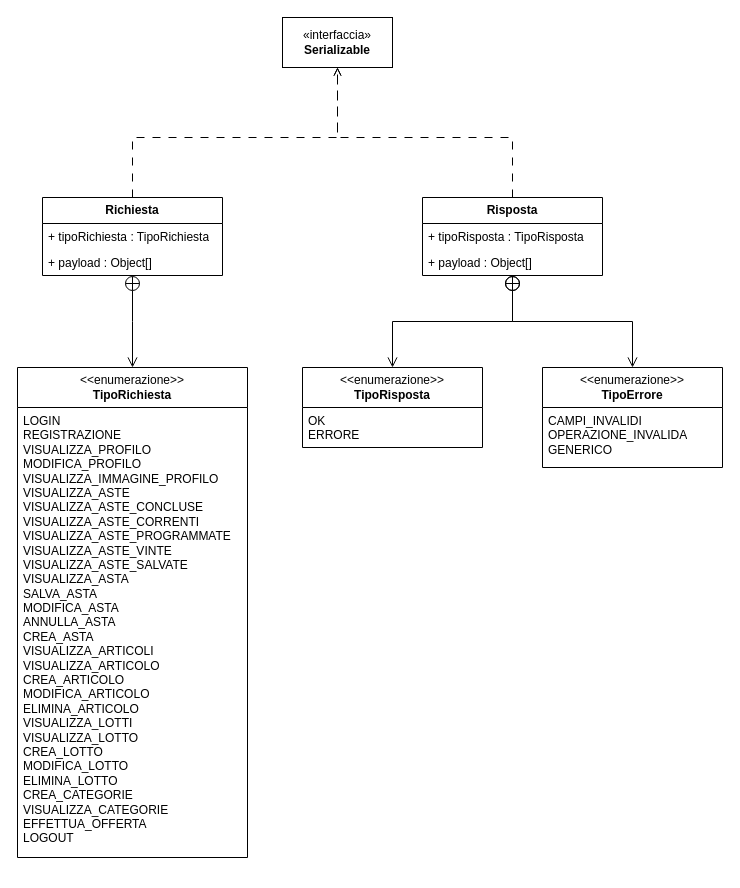
Chaos-Rat/GAO keeps this draw.io diagram as documenti/DC-Aste.drawio. Above is the earlier version. Source tidied: cells renumbered, new cells numbered last; positions are measured from the earlier drawing's top-left corner, leaving out a move shared by most shapes. Both pictures are drawn from the tidied source at 100%, with x=0, y=0 at pixel (17, 17).
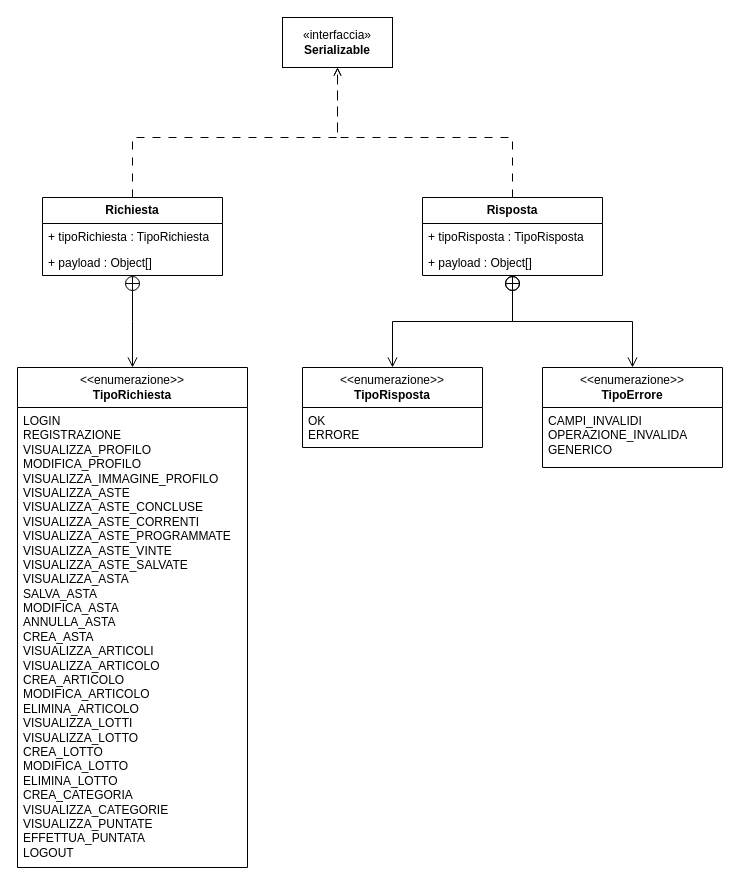
Above is the later version.

Commit message (it also covers changes not shown here):
Finite regole di comunicazione nel DAP

Ultimata la scrittura delle regole di comunicazione nel DAP.
Aggiunta TipoRichiesta.VISUALIZZA_PUNTATE per visualizzare le puntate attualmente fatte sull'asta.

The edit, as a diff of the source:
```diff
@@
     <mxCell id="2" value="&lt;div&gt;&amp;lt;&amp;lt;enumerazione&amp;gt;&amp;gt;&lt;/div&gt;&lt;b&gt;TipoRichiesta&lt;/b&gt;" style="swimlane;fontStyle=0;horizontal=1;startSize=40;fillColor=none;whiteSpace=wrap;html=1;" parent="1" vertex="1">
-      <mxGeometry y="350" width="230" height="490" as="geometry" />
+      <mxGeometry y="350" width="230" height="500" as="geometry" />
     </mxCell>
-    <mxCell id="3" value="LOGIN&lt;div&gt;REGISTRAZIONE&lt;/div&gt;&lt;div&gt;VISUALIZZA_PROFILO&lt;/div&gt;&lt;div&gt;MODIFICA_PROFILO&lt;/div&gt;&lt;div&gt;VISUALIZZA_IMMAGINE_PROFILO&lt;/div&gt;&lt;div&gt;VISUALIZZA_ASTE&lt;/div&gt;&lt;div&gt;VISUALIZZA_ASTE_CONCLUSE&lt;/div&gt;&lt;div&gt;VISUALIZZA_ASTE_CORRENTI&lt;/div&gt;&lt;div&gt;VISUALIZZA_ASTE_PROGRAMMATE&lt;/div&gt;&lt;div&gt;VISUALIZZA_ASTE_VINTE&lt;/div&gt;&lt;div&gt;VISUALIZZA_ASTE_SALVATE&lt;/div&gt;&lt;div&gt;VISUALIZZA_ASTA&lt;/div&gt;&lt;div&gt;SALVA_ASTA&lt;/div&gt;&lt;div&gt;MODIFICA_ASTA&lt;/div&gt;&lt;div&gt;ANNULLA_ASTA&lt;/div&gt;&lt;div&gt;CREA_ASTA&lt;/div&gt;&lt;div&gt;VISUALIZZA_ARTICOLI&lt;/div&gt;&lt;div&gt;VISUALIZZA_ARTICOLO&lt;/div&gt;&lt;div&gt;CREA_ARTICOLO&lt;/div&gt;&lt;div&gt;MODIFICA_ARTICOLO&lt;/div&gt;&lt;div&gt;ELIMINA_ARTICOLO&lt;/div&gt;&lt;div&gt;VISUALIZZA_LOTTI&lt;/div&gt;&lt;div&gt;VISUALIZZA_LOTTO&lt;/div&gt;&lt;div&gt;CREA_LOTTO&lt;/div&gt;&lt;div&gt;MODIFICA_LOTTO&lt;/div&gt;&lt;div&gt;ELIMINA_LOTTO&lt;/div&gt;&lt;div&gt;CREA_CATEGORIE&lt;/div&gt;&lt;div&gt;VISUALIZZA_CATEGORIE&lt;/div&gt;&lt;div&gt;EFFETTUA_OFFERTA&lt;/div&gt;&lt;div&gt;LOGOUT&lt;/div&gt;" style="text;strokeColor=none;fillColor=none;align=left;verticalAlign=top;spacingLeft=4;spacingRight=4;overflow=hidden;whiteSpace=wrap;html=1;" parent="2" vertex="1">
-      <mxGeometry y="40" width="230" height="450" as="geometry" />
+    <mxCell id="3" value="LOGIN&lt;div&gt;REGISTRAZIONE&lt;/div&gt;&lt;div&gt;VISUALIZZA_PROFILO&lt;/div&gt;&lt;div&gt;MODIFICA_PROFILO&lt;/div&gt;&lt;div&gt;VISUALIZZA_IMMAGINE_PROFILO&lt;/div&gt;&lt;div&gt;VISUALIZZA_ASTE&lt;/div&gt;&lt;div&gt;VISUALIZZA_ASTE_CONCLUSE&lt;/div&gt;&lt;div&gt;VISUALIZZA_ASTE_CORRENTI&lt;/div&gt;&lt;div&gt;VISUALIZZA_ASTE_PROGRAMMATE&lt;/div&gt;&lt;div&gt;VISUALIZZA_ASTE_VINTE&lt;/div&gt;&lt;div&gt;VISUALIZZA_ASTE_SALVATE&lt;/div&gt;&lt;div&gt;VISUALIZZA_ASTA&lt;/div&gt;&lt;div&gt;SALVA_ASTA&lt;/div&gt;&lt;div&gt;MODIFICA_ASTA&lt;/div&gt;&lt;div&gt;ANNULLA_ASTA&lt;/div&gt;&lt;div&gt;CREA_ASTA&lt;/div&gt;&lt;div&gt;VISUALIZZA_ARTICOLI&lt;/div&gt;&lt;div&gt;VISUALIZZA_ARTICOLO&lt;/div&gt;&lt;div&gt;CREA_ARTICOLO&lt;/div&gt;&lt;div&gt;MODIFICA_ARTICOLO&lt;/div&gt;&lt;div&gt;ELIMINA_ARTICOLO&lt;/div&gt;&lt;div&gt;VISUALIZZA_LOTTI&lt;/div&gt;&lt;div&gt;VISUALIZZA_LOTTO&lt;/div&gt;&lt;div&gt;CREA_LOTTO&lt;/div&gt;&lt;div&gt;MODIFICA_LOTTO&lt;/div&gt;&lt;div&gt;ELIMINA_LOTTO&lt;/div&gt;&lt;div&gt;CREA_CATEGORIA&lt;/div&gt;&lt;div&gt;VISUALIZZA_CATEGORIE&lt;/div&gt;&lt;div&gt;VISUALIZZA_PUNTATE&lt;/div&gt;&lt;div&gt;EFFETTUA_PUNTATA&lt;/div&gt;&lt;div&gt;LOGOUT&lt;/div&gt;" style="text;strokeColor=none;fillColor=none;align=left;verticalAlign=top;spacingLeft=4;spacingRight=4;overflow=hidden;whiteSpace=wrap;html=1;" parent="2" vertex="1">
+      <mxGeometry y="40" width="230" height="460" as="geometry" />
     </mxCell>
```
